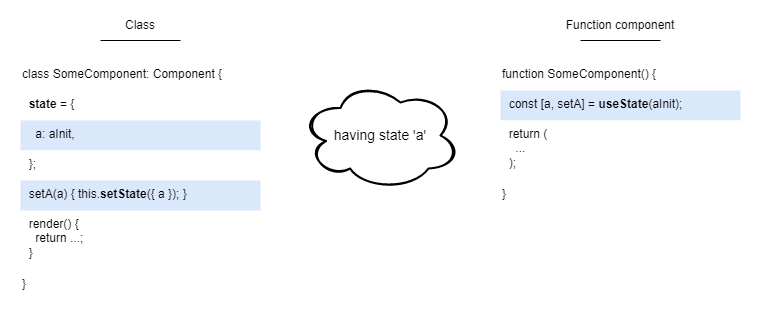
blog-fukuchiharuki-me/blog-fukuchiharuki-me.github.io keeps this draw.io diagram as images/what-makes-me-happy-with-react-hooks/usestate.png. Above is the earlier version. Source tidied: cells renumbered, new cells last; positions are measured from the earlier drawing's top-left corner, leaving out a move shared by most shapes.
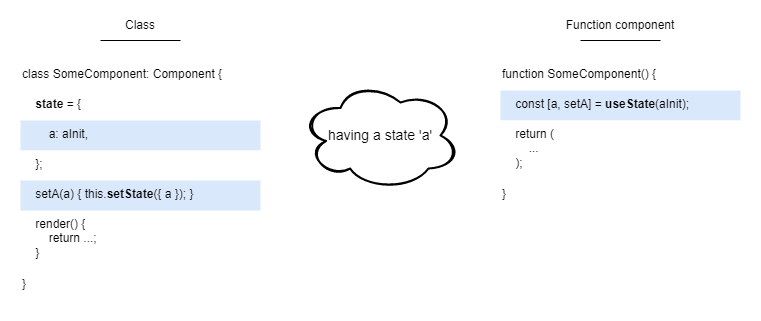
After the commit.

The edit, as a diff of the source:
```diff
@@ -8,10 +8,10 @@
     <mxCell id="3" value="function SomeComponent() {" style="rounded=0;whiteSpace=wrap;html=1;arcSize=9;verticalAlign=top;align=left;strokeColor=none;" parent="1" vertex="1">
       <mxGeometry x="490" y="50" width="240" height="30" as="geometry" />
     </mxCell>
-    <mxCell id="4" value="&amp;nbsp; const [a, setA] = &lt;b&gt;useState&lt;/b&gt;(aInit);" style="rounded=0;whiteSpace=wrap;html=1;arcSize=9;verticalAlign=top;align=left;fillColor=#dae8fc;strokeColor=none;sketch=0;glass=0;" parent="1" vertex="1">
+    <mxCell id="4" value="&amp;nbsp; &amp;nbsp; const [a, setA] = &lt;b&gt;useState&lt;/b&gt;(aInit);" style="rounded=0;whiteSpace=wrap;html=1;arcSize=9;verticalAlign=top;align=left;fillColor=#dae8fc;strokeColor=none;sketch=0;glass=0;" parent="1" vertex="1">
       <mxGeometry x="490" y="80" width="240" height="30" as="geometry" />
     </mxCell>
-    <mxCell id="5" value="&amp;nbsp; return (&lt;br&gt;&amp;nbsp; &amp;nbsp; ...&lt;br&gt;&amp;nbsp; );" style="rounded=0;whiteSpace=wrap;html=1;arcSize=6;verticalAlign=top;align=left;strokeColor=none;" parent="1" vertex="1">
+    <mxCell id="5" value="&amp;nbsp; &amp;nbsp; return (&lt;br&gt;&amp;nbsp; &amp;nbsp; &amp;nbsp; &amp;nbsp; ...&lt;br&gt;&amp;nbsp; &amp;nbsp; );" style="rounded=0;whiteSpace=wrap;html=1;arcSize=6;verticalAlign=top;align=left;strokeColor=none;" parent="1" vertex="1">
       <mxGeometry x="490" y="110" width="240" height="60" as="geometry" />
     </mxCell>
     <mxCell id="6" value="}" style="rounded=0;whiteSpace=wrap;html=1;arcSize=9;verticalAlign=top;align=left;strokeColor=none;" parent="1" vertex="1">
@@ -23,19 +23,19 @@
     <mxCell id="8" value="class SomeComponent: Component {" style="rounded=0;whiteSpace=wrap;html=1;arcSize=9;verticalAlign=top;align=left;strokeColor=none;" parent="1" vertex="1">
       <mxGeometry x="10" y="50" width="240" height="30" as="geometry" />
     </mxCell>
-    <mxCell id="9" value="&amp;nbsp; render() {&lt;br&gt;&amp;nbsp; &amp;nbsp; return ...;&lt;br&gt;&amp;nbsp; }" style="rounded=0;whiteSpace=wrap;html=1;arcSize=6;verticalAlign=top;align=left;strokeColor=none;" parent="1" vertex="1">
+    <mxCell id="9" value="&amp;nbsp; &amp;nbsp; render() {&lt;br&gt;&amp;nbsp; &amp;nbsp; &amp;nbsp; &amp;nbsp; return ...;&lt;br&gt;&amp;nbsp; &amp;nbsp; }" style="rounded=0;whiteSpace=wrap;html=1;arcSize=6;verticalAlign=top;align=left;strokeColor=none;" parent="1" vertex="1">
       <mxGeometry x="10" y="200" width="240" height="60" as="geometry" />
     </mxCell>
-    <mxCell id="10" value="&amp;nbsp; &lt;b&gt;state&lt;/b&gt; = {" style="rounded=0;whiteSpace=wrap;html=1;arcSize=9;verticalAlign=top;align=left;strokeColor=none;" parent="1" vertex="1">
+    <mxCell id="10" value="&amp;nbsp; &amp;nbsp;&amp;nbsp;&lt;b&gt;state&lt;/b&gt; = {" style="rounded=0;whiteSpace=wrap;html=1;arcSize=9;verticalAlign=top;align=left;strokeColor=none;" parent="1" vertex="1">
       <mxGeometry x="10" y="80" width="240" height="30" as="geometry" />
     </mxCell>
-    <mxCell id="11" value="&amp;nbsp; &amp;nbsp; a: aInit," style="rounded=0;whiteSpace=wrap;html=1;arcSize=9;verticalAlign=top;align=left;fillColor=#dae8fc;strokeColor=none;sketch=0;glass=0;" parent="1" vertex="1">
+    <mxCell id="11" value="&amp;nbsp; &amp;nbsp; &amp;nbsp; &amp;nbsp; a: aInit," style="rounded=0;whiteSpace=wrap;html=1;arcSize=9;verticalAlign=top;align=left;fillColor=#dae8fc;strokeColor=none;sketch=0;glass=0;" parent="1" vertex="1">
       <mxGeometry x="10" y="110" width="240" height="30" as="geometry" />
     </mxCell>
-    <mxCell id="12" value="&amp;nbsp; };" style="rounded=0;whiteSpace=wrap;html=1;arcSize=9;verticalAlign=top;align=left;strokeColor=none;" parent="1" vertex="1">
+    <mxCell id="12" value="&amp;nbsp; &amp;nbsp; };" style="rounded=0;whiteSpace=wrap;html=1;arcSize=9;verticalAlign=top;align=left;strokeColor=none;" parent="1" vertex="1">
       <mxGeometry x="10" y="140" width="240" height="30" as="geometry" />
     </mxCell>
-    <mxCell id="13" value="&amp;nbsp; setA(a) { this.&lt;b&gt;setState&lt;/b&gt;({ a }); }" style="rounded=0;whiteSpace=wrap;html=1;arcSize=9;verticalAlign=top;align=left;fillColor=#dae8fc;strokeColor=none;sketch=0;glass=0;" parent="1" vertex="1">
+    <mxCell id="13" value="&amp;nbsp; &amp;nbsp; setA(a) { this.&lt;b&gt;setState&lt;/b&gt;({ a }); }" style="rounded=0;whiteSpace=wrap;html=1;arcSize=9;verticalAlign=top;align=left;fillColor=#dae8fc;strokeColor=none;sketch=0;glass=0;" parent="1" vertex="1">
       <mxGeometry x="10" y="170" width="240" height="30" as="geometry" />
     </mxCell>
     <mxCell id="14" value="Class" style="rounded=0;whiteSpace=wrap;html=1;sketch=0;align=center;strokeColor=none;fillColor=none;" parent="1" vertex="1">
@@ -47,7 +47,7 @@
     <mxCell id="16" value="}" style="rounded=0;whiteSpace=wrap;html=1;arcSize=9;verticalAlign=top;align=left;strokeColor=none;" parent="1" vertex="1">
       <mxGeometry x="10" y="260" width="240" height="30" as="geometry" />
     </mxCell>
-    <mxCell id="17" value="having state 'a'" style="ellipse;shape=cloud;whiteSpace=wrap;html=1;rounded=0;sketch=1;align=center;fontSize=14;strokeWidth=2;" parent="1" vertex="1">
+    <mxCell id="17" value="having a state 'a'" style="ellipse;shape=cloud;whiteSpace=wrap;html=1;rounded=0;sketch=1;align=center;fontSize=14;strokeWidth=2;" parent="1" vertex="1">
       <mxGeometry x="290" y="70" width="160" height="110" as="geometry" />
     </mxCell>
     <mxCell id="18" style="endArrow=none;html=1;sketch=0;fontSize=14;curved=1;" parent="1" edge="1">
```
